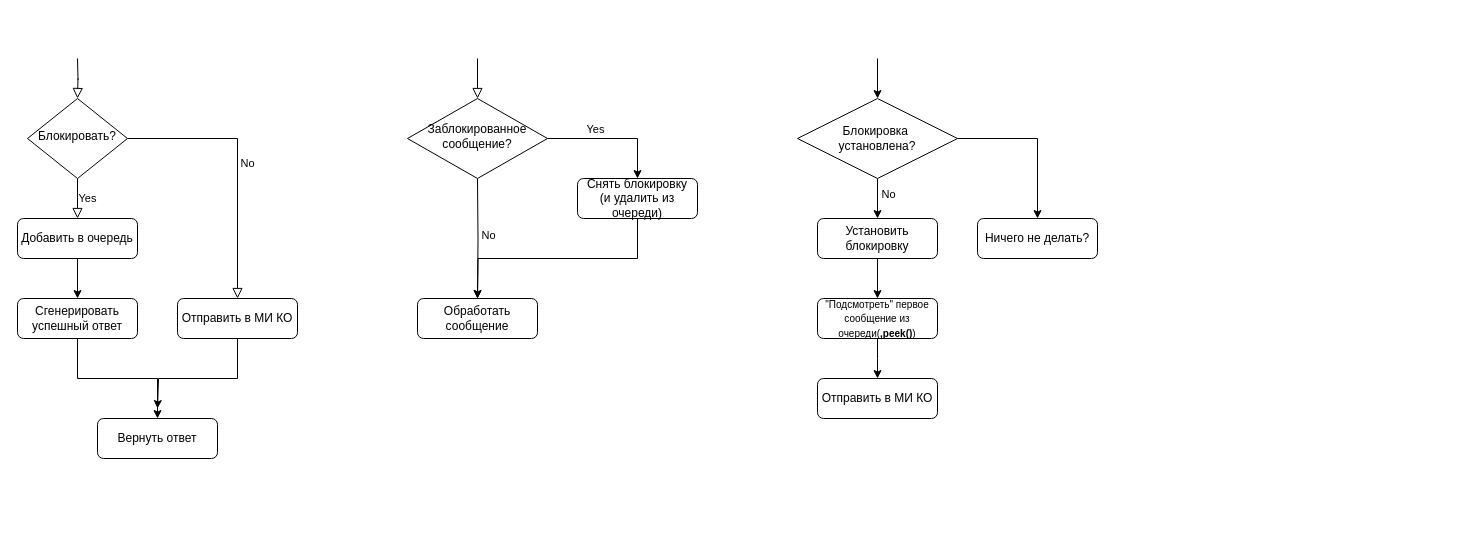
Before: Block Flow.drawio in maxiko/ARC-016, a draw.io diagram. Source tidied: cells renumbered, new cells numbered last; positions are measured from the earlier drawing's top-left corner, leaving out a move shared by most shapes. Both pictures are drawn from the tidied source at 100%, with x=0, y=0 at pixel (17, 58).
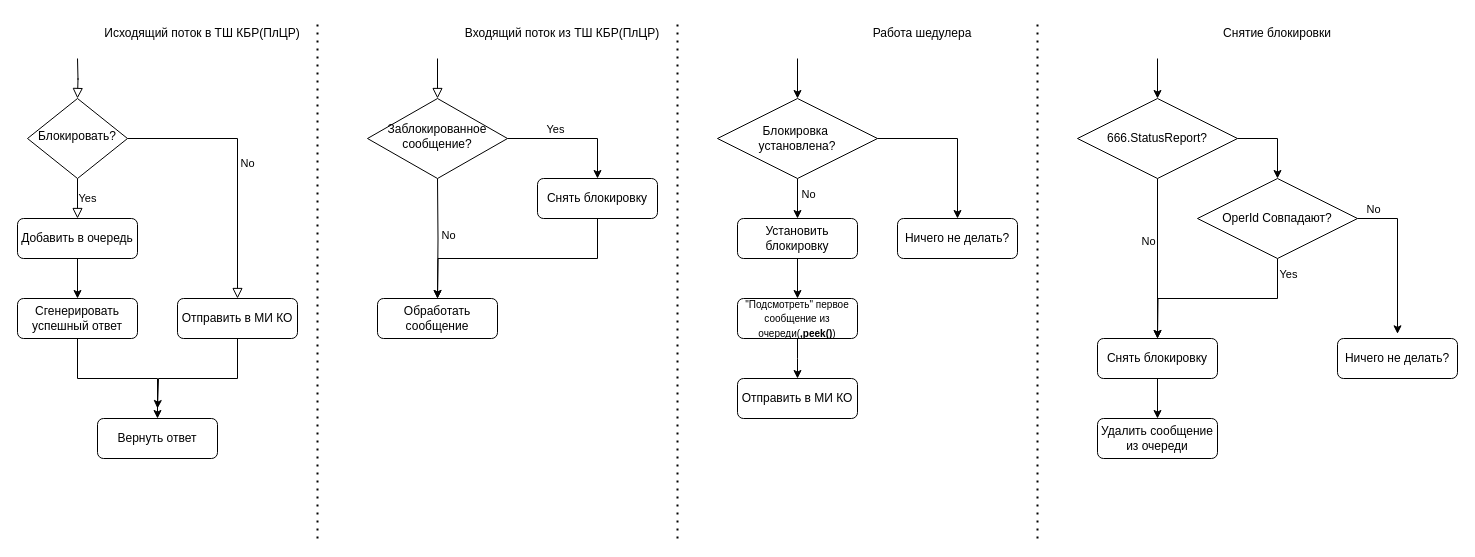
The same diagram, later.

Diff of the diagram source:
```diff
@@
     <mxCell id="11" style="edgeStyle=orthogonalEdgeStyle;rounded=0;jettySize=auto;html=1;" parent="1" edge="1" target="18">
       <mxGeometry relative="1" as="geometry">
-        <mxPoint x="460" y="120" as="sourcePoint" />
+        <mxPoint x="420" y="120" as="sourcePoint" />
       </mxGeometry>
     </mxCell>
@@
     <mxCell id="15" value="Заблокированное сообщение?" style="rhombus;whiteSpace=wrap;html=1;shadow=0;fontFamily=Helvetica;fontSize=12;align=center;strokeWidth=1;spacing=6;spacingTop=-4;" parent="1" vertex="1">
-      <mxGeometry x="390" y="40" width="140" height="80" as="geometry" />
+      <mxGeometry x="350" y="40" width="140" height="80" as="geometry" />
     </mxCell>
@@
     <mxCell id="17" style="rounded=0;html=1;jettySize=auto;fontSize=11;endArrow=block;endFill=0;endSize=8;strokeWidth=1;shadow=0;labelBackgroundColor=none;edgeStyle=orthogonalEdgeStyle;entryX=0.5;entryY=0;entryDx=0;entryDy=0;" parent="1" edge="1" target="15">
       <mxGeometry relative="1" as="geometry">
-        <mxPoint x="460" as="sourcePoint" />
+        <mxPoint x="420" as="sourcePoint" />
         <Array as="points">
-          <mxPoint x="460" y="30" />
-          <mxPoint x="460" y="30" />
+          <mxPoint x="420" y="30" />
+          <mxPoint x="420" y="30" />
         </Array>
       </mxGeometry>
     </mxCell>
     <mxCell id="18" value="Обработать&lt;br&gt;сообщение" style="rounded=1;whiteSpace=wrap;html=1;fontSize=12;glass=0;strokeWidth=1;shadow=0;" parent="1" vertex="1">
-      <mxGeometry x="400" y="240" width="120" height="40" as="geometry" />
+      <mxGeometry x="360" y="240" width="120" height="40" as="geometry" />
     </mxCell>
@@
     <mxCell id="20" style="edgeStyle=orthogonalEdgeStyle;rounded=0;jettySize=auto;html=1;exitX=0.5;exitY=1;exitDx=0;exitDy=0;" parent="1" edge="1" source="21">
       <mxGeometry relative="1" as="geometry">
-        <mxPoint x="460" y="240" as="targetPoint" />
+        <mxPoint x="420" y="240" as="targetPoint" />
       </mxGeometry>
     </mxCell>
-    <mxCell id="21" value="Снять блокировку&lt;div&gt;(и удалить из очереди)&lt;/div&gt;" style="rounded=1;whiteSpace=wrap;html=1;fontSize=12;glass=0;strokeWidth=1;shadow=0;" parent="1" vertex="1">
-      <mxGeometry x="560" y="120" width="120" height="40" as="geometry" />
+    <mxCell id="21" value="Снять блокировку" style="rounded=1;whiteSpace=wrap;html=1;fontSize=12;glass=0;strokeWidth=1;shadow=0;" parent="1" vertex="1">
+      <mxGeometry x="520" y="120" width="120" height="40" as="geometry" />
     </mxCell>
@@
     <mxCell id="24" style="edgeStyle=orthogonalEdgeStyle;rounded=0;jettySize=auto;html=1;exitX=0.5;exitY=1;exitDx=0;exitDy=0;" parent="1" edge="1" source="25">
       <mxGeometry relative="1" as="geometry">
-        <mxPoint x="860" y="320" as="targetPoint" />
+        <mxPoint x="780" y="320" as="targetPoint" />
       </mxGeometry>
     </mxCell>
     <mxCell id="25" value="&lt;font style=&quot;font-size: 10px;&quot;&gt;&quot;Подсмотреть&quot; первое сообщение из очереди(&lt;b&gt;,peek()&lt;/b&gt;)&lt;/font&gt;" style="rounded=1;whiteSpace=wrap;html=1;fontSize=12;glass=0;strokeWidth=1;shadow=0;" parent="1" vertex="1">
-      <mxGeometry x="800" y="240" width="120" height="40" as="geometry" />
+      <mxGeometry x="720" y="240" width="120" height="40" as="geometry" />
     </mxCell>
@@
     <mxCell id="27" value="Установить блокировку" style="rounded=1;whiteSpace=wrap;html=1;fontSize=12;glass=0;strokeWidth=1;shadow=0;" parent="1" vertex="1">
-      <mxGeometry x="800" y="160" width="120" height="40" as="geometry" />
+      <mxGeometry x="720" y="160" width="120" height="40" as="geometry" />
     </mxCell>
@@
     <mxCell id="31" value="Блокировка&amp;nbsp;&lt;div&gt;установлена?&lt;/div&gt;" style="rhombus;whiteSpace=wrap;html=1;" parent="1" vertex="1">
-      <mxGeometry x="780" y="40" width="160" height="80" as="geometry" />
+      <mxGeometry x="700" y="40" width="160" height="80" as="geometry" />
     </mxCell>
     <mxCell id="32" value="Отправить в МИ КО" style="rounded=1;whiteSpace=wrap;html=1;fontSize=12;glass=0;strokeWidth=1;shadow=0;" parent="1" vertex="1">
-      <mxGeometry x="800" y="320" width="120" height="40" as="geometry" />
+      <mxGeometry x="720" y="320" width="120" height="40" as="geometry" />
     </mxCell>
     <mxCell id="33" value="Ничего не делать?" style="rounded=1;whiteSpace=wrap;html=1;fontSize=12;glass=0;strokeWidth=1;shadow=0;" parent="1" vertex="1">
-      <mxGeometry x="960" y="160" width="120" height="40" as="geometry" />
+      <mxGeometry x="880" y="160" width="120" height="40" as="geometry" />
     </mxCell>
     <mxCell id="34" style="endArrow=classic;html=1;rounded=0;entryX=0.5;entryY=0;entryDx=0;entryDy=0;" parent="1" edge="1" target="31">
       <mxGeometry relative="1" as="geometry">
-        <mxPoint x="860" as="sourcePoint" />
+        <mxPoint x="780" as="sourcePoint" />
       </mxGeometry>
     </mxCell>
+    <mxCell id="35" style="edgeStyle=orthogonalEdgeStyle;rounded=0;jettySize=auto;html=1;exitX=0.5;exitY=1;exitDx=0;exitDy=0;" parent="1" edge="1" source="38" target="41">
+      <mxGeometry relative="1" as="geometry" />
+    </mxCell>
+    <mxCell id="36" value="No" style="edgeLabel;html=1;align=center;verticalAlign=middle;" parent="35" vertex="1">
+      <mxGeometry x="-0.23" relative="1" as="geometry">
+        <mxPoint x="-10" as="offset" />
+      </mxGeometry>
+    </mxCell>
+    <mxCell id="37" style="edgeStyle=orthogonalEdgeStyle;rounded=0;jettySize=auto;html=1;exitX=1;exitY=0.5;exitDx=0;exitDy=0;entryX=0.5;entryY=0;entryDx=0;entryDy=0;" parent="1" edge="1" source="38" target="47">
+      <mxGeometry relative="1" as="geometry" />
+    </mxCell>
+    <mxCell id="38" value="666.StatusReport?" style="rhombus;whiteSpace=wrap;html=1;" parent="1" vertex="1">
+      <mxGeometry x="1060" y="40" width="160" height="80" as="geometry" />
+    </mxCell>
+    <mxCell id="39" style="endArrow=classic;html=1;rounded=0;entryX=0.5;entryY=0;entryDx=0;entryDy=0;" parent="1" edge="1" target="38">
+      <mxGeometry relative="1" as="geometry">
+        <mxPoint x="1140" as="sourcePoint" />
+      </mxGeometry>
+    </mxCell>
+    <mxCell id="40" style="edgeStyle=orthogonalEdgeStyle;rounded=0;jettySize=auto;html=1;exitX=0.5;exitY=1;exitDx=0;exitDy=0;entryX=0.5;entryY=0;entryDx=0;entryDy=0;" parent="1" edge="1" source="41" target="42">
+      <mxGeometry relative="1" as="geometry" />
+    </mxCell>
+    <mxCell id="41" value="Снять блокировку" style="rounded=1;whiteSpace=wrap;html=1;fontSize=12;glass=0;strokeWidth=1;shadow=0;" parent="1" vertex="1">
+      <mxGeometry x="1080" y="280" width="120" height="40" as="geometry" />
+    </mxCell>
+    <mxCell id="42" value="Удалить сообщение из очереди" style="rounded=1;whiteSpace=wrap;html=1;fontSize=12;glass=0;strokeWidth=1;shadow=0;" parent="1" vertex="1">
+      <mxGeometry x="1080" y="360" width="120" height="40" as="geometry" />
+    </mxCell>
+    <mxCell id="43" style="edgeStyle=orthogonalEdgeStyle;rounded=0;jettySize=auto;html=1;exitX=0.5;exitY=1;exitDx=0;exitDy=0;" parent="1" edge="1" source="47">
+      <mxGeometry relative="1" as="geometry">
+        <mxPoint x="1140" y="280" as="targetPoint" />
+      </mxGeometry>
+    </mxCell>
+    <mxCell id="44" value="Yes" style="edgeLabel;html=1;align=center;verticalAlign=middle;" parent="43" vertex="1">
+      <mxGeometry x="-0.85" relative="1" as="geometry">
+        <mxPoint x="10" as="offset" />
+      </mxGeometry>
+    </mxCell>
+    <mxCell id="45" style="edgeStyle=orthogonalEdgeStyle;rounded=0;jettySize=auto;html=1;exitX=1;exitY=0.5;exitDx=0;exitDy=0;entryX=0.5;entryY=-0.117;entryDx=0;entryDy=0;entryPerimeter=0;" parent="1" edge="1" source="47" target="48">
+      <mxGeometry relative="1" as="geometry" />
+    </mxCell>
+    <mxCell id="46" value="No" style="edgeLabel;html=1;align=center;verticalAlign=middle;" parent="45" vertex="1">
+      <mxGeometry x="-0.81" relative="1" as="geometry">
+        <mxPoint y="-10" as="offset" />
+      </mxGeometry>
+    </mxCell>
+    <mxCell id="47" value="OperId Совпадают?" style="rhombus;whiteSpace=wrap;html=1;" parent="1" vertex="1">
+      <mxGeometry x="1180" y="120" width="160" height="80" as="geometry" />
+    </mxCell>
+    <mxCell id="48" value="Ничего не делать?" style="rounded=1;whiteSpace=wrap;html=1;fontSize=12;glass=0;strokeWidth=1;shadow=0;" parent="1" vertex="1">
+      <mxGeometry x="1320" y="280" width="120" height="40" as="geometry" />
+    </mxCell>
+    <mxCell id="49" style="endArrow=none;dashed=1;html=1;dashPattern=1 3;strokeWidth=2;rounded=0;" parent="1" edge="1">
+      <mxGeometry relative="1" as="geometry">
+        <mxPoint x="1020" y="480" as="sourcePoint" />
+        <mxPoint x="1020" y="-40" as="targetPoint" />
+      </mxGeometry>
+    </mxCell>
+    <mxCell id="50" style="endArrow=none;dashed=1;html=1;dashPattern=1 3;strokeWidth=2;rounded=0;" parent="1" edge="1">
+      <mxGeometry relative="1" as="geometry">
+        <mxPoint x="660" y="480" as="sourcePoint" />
+        <mxPoint x="660" y="-40" as="targetPoint" />
+      </mxGeometry>
+    </mxCell>
+    <mxCell id="51" style="endArrow=none;dashed=1;html=1;dashPattern=1 3;strokeWidth=2;rounded=0;" parent="1" edge="1">
+      <mxGeometry relative="1" as="geometry">
+        <mxPoint x="300" y="480" as="sourcePoint" />
+        <mxPoint x="300" y="-40" as="targetPoint" />
+      </mxGeometry>
+    </mxCell>
+    <mxCell id="52" value="Исходящий поток в ТШ КБР(ПлЦР)" style="text;html=1;align=center;verticalAlign=middle;whiteSpace=wrap;rounded=0;" parent="1" vertex="1">
+      <mxGeometry x="80" y="-40" width="210" height="30" as="geometry" />
+    </mxCell>
+    <mxCell id="53" value="Входящий поток из ТШ КБР(ПлЦР)" style="text;html=1;align=center;verticalAlign=middle;whiteSpace=wrap;rounded=0;" parent="1" vertex="1">
+      <mxGeometry x="440" y="-40" width="210" height="30" as="geometry" />
+    </mxCell>
+    <mxCell id="54" value="Работа шедулера" style="text;html=1;align=center;verticalAlign=middle;whiteSpace=wrap;rounded=0;" parent="1" vertex="1">
+      <mxGeometry x="800" y="-40" width="210" height="30" as="geometry" />
+    </mxCell>
+    <mxCell id="55" value="Снятие блокировки" style="text;html=1;align=center;verticalAlign=middle;whiteSpace=wrap;rounded=0;" parent="1" vertex="1">
+      <mxGeometry x="1155" y="-40" width="210" height="30" as="geometry" />
+    </mxCell>
```
